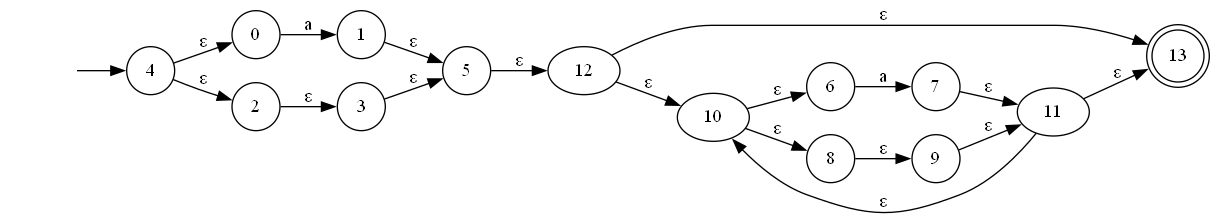
This is NFA.gv.png from oscarparedez/compiler-project-1, a Graphviz export, as it was before one commit. Its source is kept beside it as NFA.gv.
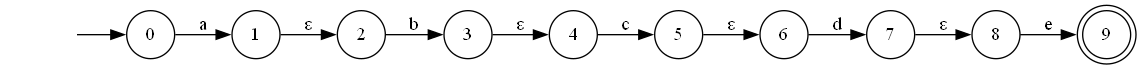
Above is the later version.

What changed in the source:
```diff
@@ -1,33 +1,24 @@
 digraph NFA {
 	graph [rankdir=LR]
 	"" [label="" shape=plaintext]
-	13 [label=13 shape=doublecircle]
-	0 [label=0 shape=circle]
+	9 [label=9 shape=doublecircle]
 	5 [label=5 shape=circle]
 	7 [label=7 shape=circle]
+	6 [label=6 shape=circle]
+	0 [label=0 shape=circle]
+	8 [label=8 shape=circle]
+	4 [label=4 shape=circle]
 	3 [label=3 shape=circle]
-	4 [label=4 shape=circle]
+	2 [label=2 shape=circle]
 	1 [label=1 shape=circle]
-	2 [label=2 shape=circle]
-	6 [label=6 shape=circle]
-	8 [label=8 shape=circle]
-	9 [label=9 shape=circle]
-	"" -> 4 [label=""]
-	5 -> 12 [label="ε"]
-	4 -> 2 [label="ε"]
-	4 -> 0 [label="ε"]
-	1 -> 5 [label="ε"]
-	3 -> 5 [label="ε"]
+	"" -> 0 [label=""]
+	7 -> 8 [label="ε"]
+	5 -> 6 [label="ε"]
+	3 -> 4 [label="ε"]
+	1 -> 2 [label="ε"]
 	0 -> 1 [label=a]
-	2 -> 3 [label="ε"]
-	12 -> 10 [label="ε"]
-	12 -> 13 [label="ε"]
-	11 -> 10 [label="ε"]
-	11 -> 13 [label="ε"]
-	10 -> 6 [label="ε"]
-	10 -> 8 [label="ε"]
-	7 -> 11 [label="ε"]
-	9 -> 11 [label="ε"]
-	6 -> 7 [label=a]
-	8 -> 9 [label="ε"]
+	2 -> 3 [label=b]
+	4 -> 5 [label=c]
+	6 -> 7 [label=d]
+	8 -> 9 [label=e]
 }
```
